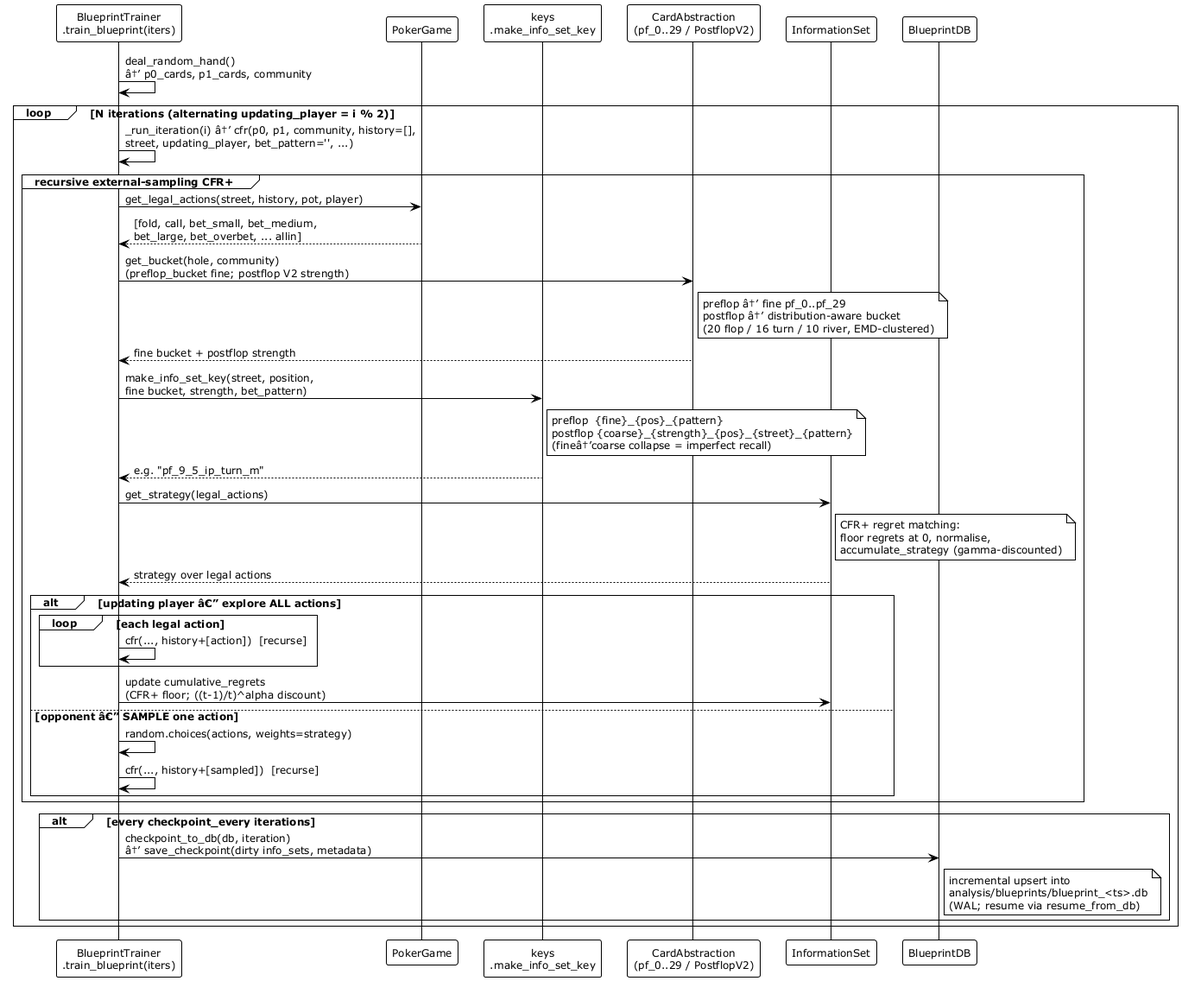
jianrontan/AllIn keeps this PlantUML diagram as docs/diagrams/images/training_sequence.png. Above is the earlier version.
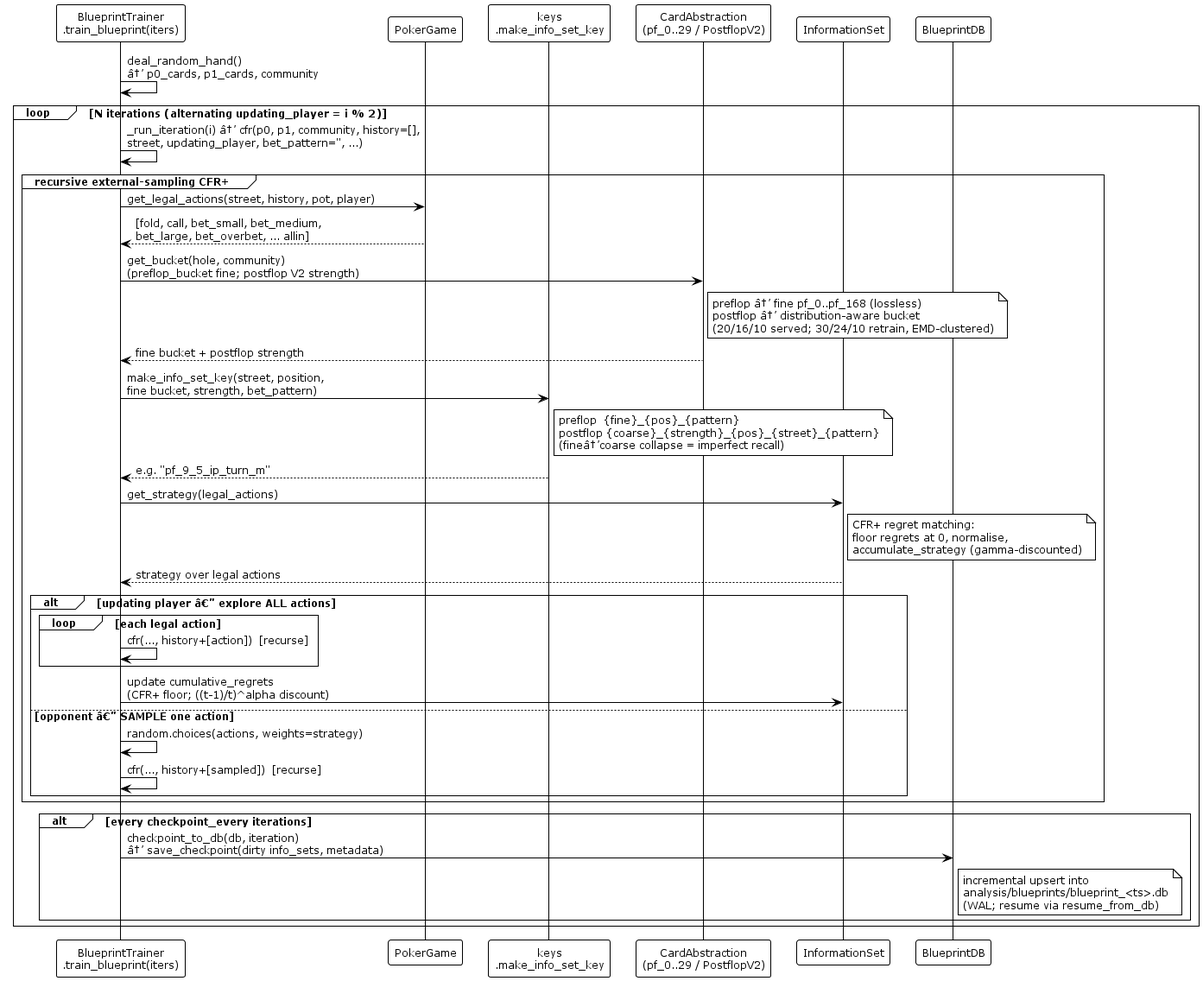
The same diagram one commit later.

What changed in the source:
```diff
@@ -20,7 +20,7 @@
     PG --> BT: [fold, call, bet_small, bet_medium,\nbet_large, bet_overbet, ... allin]
 
     BT -> CA: get_bucket(hole, community)\n(preflop_bucket fine; postflop V2 strength)
-    note right of CA: preflop â†’ fine pf_0..pf_29\npostflop â†’ distribution-aware bucket\n(20 flop / 16 turn / 10 river, EMD-clustered)
+    note right of CA: preflop â†’ fine pf_0..pf_168 (lossless)\npostflop â†’ distribution-aware bucket\n(20/16/10 served; 30/24/10 retrain, EMD-clustered)
     CA --> BT: fine bucket + postflop strength
 
     BT -> KEYS: make_info_set_key(street, position,\nfine bucket, strength, bet_pattern)
```
